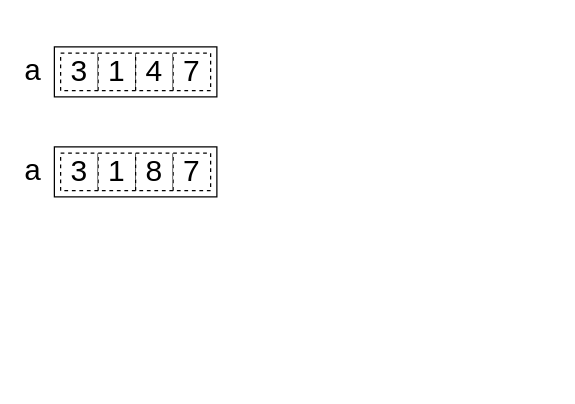
The draw.io diagram data_structures/list.drawio in alainkaegi/pythonorama, before the edit. Source tidied: cells renumbered, new cells numbered last; positions are measured from the earlier drawing's top-left corner, leaving out a move shared by most shapes. Both pictures are drawn from the tidied source at 125%, with x=0, y=0 at pixel (21, 21).
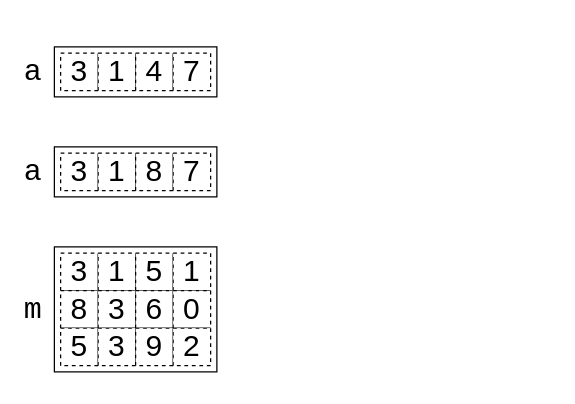
Above is the later version.

Commit message (it also covers changes not shown here):
feat: Add a diagram for a multidimensional array

The edit, as a diff of the source:
```diff
@@
+    <mxCell id="18" style="rounded=0;whiteSpace=wrap;html=1;fillColor=none;" parent="1" vertex="1">
+      <mxGeometry x="26" y="180" width="130" height="100" as="geometry" />
+    </mxCell>
+    <mxCell id="19" value="3" style="whiteSpace=wrap;html=1;dashed=1;fontSize=24;" parent="1" vertex="1">
+      <mxGeometry x="31" y="185" width="30" height="30" as="geometry" />
+    </mxCell>
+    <mxCell id="20" value="&lt;font face=&quot;Courier New&quot;&gt;m&lt;/font&gt;" style="whiteSpace=wrap;html=1;fontSize=24;align=left;fillColor=none;strokeColor=none;" parent="1" vertex="1">
+      <mxGeometry y="210" width="26" height="40" as="geometry" />
+    </mxCell>
+    <mxCell id="21" value="1" style="whiteSpace=wrap;html=1;dashed=1;fontSize=24;" parent="1" vertex="1">
+      <mxGeometry x="61" y="185" width="30" height="30" as="geometry" />
+    </mxCell>
+    <mxCell id="22" value="5" style="whiteSpace=wrap;html=1;dashed=1;fontSize=24;" parent="1" vertex="1">
+      <mxGeometry x="91" y="185" width="30" height="30" as="geometry" />
+    </mxCell>
+    <mxCell id="23" value="1" style="whiteSpace=wrap;html=1;dashed=1;fontSize=24;" parent="1" vertex="1">
+      <mxGeometry x="121" y="185" width="30" height="30" as="geometry" />
+    </mxCell>
+    <mxCell id="24" value="8" style="whiteSpace=wrap;html=1;dashed=1;fontSize=24;" parent="1" vertex="1">
+      <mxGeometry x="31" y="215" width="30" height="30" as="geometry" />
+    </mxCell>
+    <mxCell id="25" value="3" style="whiteSpace=wrap;html=1;dashed=1;fontSize=24;" parent="1" vertex="1">
+      <mxGeometry x="61" y="215" width="30" height="30" as="geometry" />
+    </mxCell>
+    <mxCell id="26" value="6" style="whiteSpace=wrap;html=1;dashed=1;fontSize=24;" parent="1" vertex="1">
+      <mxGeometry x="91" y="215" width="30" height="30" as="geometry" />
+    </mxCell>
+    <mxCell id="27" value="0" style="whiteSpace=wrap;html=1;dashed=1;fontSize=24;" parent="1" vertex="1">
+      <mxGeometry x="121" y="215" width="30" height="30" as="geometry" />
+    </mxCell>
+    <mxCell id="28" value="5" style="whiteSpace=wrap;html=1;dashed=1;fontSize=24;" parent="1" vertex="1">
+      <mxGeometry x="31" y="245" width="30" height="30" as="geometry" />
+    </mxCell>
+    <mxCell id="29" value="3" style="whiteSpace=wrap;html=1;dashed=1;fontSize=24;" parent="1" vertex="1">
+      <mxGeometry x="61" y="245" width="30" height="30" as="geometry" />
+    </mxCell>
+    <mxCell id="30" value="9" style="whiteSpace=wrap;html=1;dashed=1;fontSize=24;" parent="1" vertex="1">
+      <mxGeometry x="91" y="245" width="30" height="30" as="geometry" />
+    </mxCell>
+    <mxCell id="31" value="2" style="whiteSpace=wrap;html=1;dashed=1;fontSize=24;" parent="1" vertex="1">
+      <mxGeometry x="121" y="245" width="30" height="30" as="geometry" />
+    </mxCell>
+    <mxCell id="32" style="edgeStyle=orthogonalEdgeStyle;rounded=0;orthogonalLoop=1;jettySize=auto;html=1;exitX=0.5;exitY=1;exitDx=0;exitDy=0;" parent="1" edge="1" source="18" target="18">
+      <mxGeometry relative="1" as="geometry" />
+    </mxCell>
```
